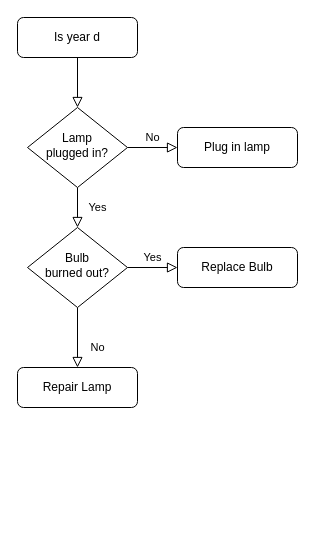
Earlier version of the draw.io diagram Untitled Diagram.drawio (ido-nevo/leap-year). Source tidied: cells renumbered, new cells numbered last; positions are measured from the earlier drawing's top-left corner, leaving out a move shared by most shapes. Both pictures are drawn from the tidied source at 100%, with x=0, y=0 at pixel (17, 17).
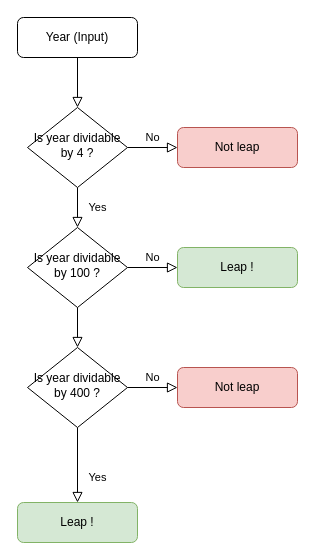
The same page after the edit.

The edit, as a diff of the source:
```diff
@@
 <mxGraphModel>
   <root>
     <mxCell id="0" />
     <mxCell id="1" parent="0" />
     <mxCell id="2" style="rounded=0;html=1;jettySize=auto;fontSize=11;endArrow=block;endFill=0;endSize=8;strokeWidth=1;shadow=0;labelBackgroundColor=none;edgeStyle=orthogonalEdgeStyle;" parent="1" edge="1" source="3" target="6">
       <mxGeometry relative="1" as="geometry" />
     </mxCell>
-    <mxCell id="3" value="Is year d" style="rounded=1;whiteSpace=wrap;html=1;fontSize=12;glass=0;strokeWidth=1;shadow=0;" parent="1" vertex="1">
+    <mxCell id="3" value="Year (Input)" style="rounded=1;whiteSpace=wrap;html=1;fontSize=12;glass=0;strokeWidth=1;shadow=0;" parent="1" vertex="1">
       <mxGeometry width="120" height="40" as="geometry" />
     </mxCell>
     <mxCell id="4" value="Yes" style="rounded=0;html=1;jettySize=auto;fontSize=11;endArrow=block;endFill=0;endSize=8;strokeWidth=1;shadow=0;labelBackgroundColor=none;edgeStyle=orthogonalEdgeStyle;" parent="1" edge="1" source="6" target="10">
       <mxGeometry y="20" relative="1" as="geometry" />
     </mxCell>
     <mxCell id="5" value="No" style="edgeStyle=orthogonalEdgeStyle;rounded=0;html=1;jettySize=auto;fontSize=11;endArrow=block;endFill=0;endSize=8;strokeWidth=1;shadow=0;labelBackgroundColor=none;" parent="1" edge="1" source="6" target="7">
       <mxGeometry y="10" relative="1" as="geometry" />
     </mxCell>
-    <mxCell id="6" value="Lamp&lt;br&gt;plugged in?" style="rhombus;whiteSpace=wrap;html=1;shadow=0;fontFamily=Helvetica;fontSize=12;align=center;strokeWidth=1;spacing=6;spacingTop=-4;" parent="1" vertex="1">
+    <mxCell id="6" value="Is year dividable by 4 ?" style="rhombus;whiteSpace=wrap;html=1;shadow=0;fontFamily=Helvetica;fontSize=12;align=center;strokeWidth=1;spacing=6;spacingTop=-4;" parent="1" vertex="1">
       <mxGeometry x="10" y="90" width="100" height="80" as="geometry" />
     </mxCell>
-    <mxCell id="7" value="Plug in lamp" style="rounded=1;whiteSpace=wrap;html=1;fontSize=12;glass=0;strokeWidth=1;shadow=0;" parent="1" vertex="1">
+    <mxCell id="7" value="Not leap" style="rounded=1;whiteSpace=wrap;html=1;fontSize=12;glass=0;strokeWidth=1;shadow=0;fillColor=#f8cecc;strokeColor=#b85450;" parent="1" vertex="1">
       <mxGeometry x="160" y="110" width="120" height="40" as="geometry" />
     </mxCell>
-    <mxCell id="8" value="No" style="rounded=0;html=1;jettySize=auto;fontSize=11;endArrow=block;endFill=0;endSize=8;strokeWidth=1;shadow=0;labelBackgroundColor=none;edgeStyle=orthogonalEdgeStyle;" parent="1" edge="1" source="10" target="11">
+    <mxCell id="8" value="Yes" style="rounded=0;html=1;jettySize=auto;fontSize=11;endArrow=block;endFill=0;endSize=8;strokeWidth=1;shadow=0;labelBackgroundColor=none;edgeStyle=orthogonalEdgeStyle;" parent="1" edge="1" source="14" target="11">
       <mxGeometry x="0.33" y="20" relative="1" as="geometry" />
     </mxCell>
-    <mxCell id="9" value="Yes" style="edgeStyle=orthogonalEdgeStyle;rounded=0;html=1;jettySize=auto;fontSize=11;endArrow=block;endFill=0;endSize=8;strokeWidth=1;shadow=0;labelBackgroundColor=none;" parent="1" edge="1" source="10" target="12">
+    <mxCell id="9" value="No" style="edgeStyle=orthogonalEdgeStyle;rounded=0;html=1;jettySize=auto;fontSize=11;endArrow=block;endFill=0;endSize=8;strokeWidth=1;shadow=0;labelBackgroundColor=none;" parent="1" edge="1" source="10" target="12">
       <mxGeometry y="10" relative="1" as="geometry" />
     </mxCell>
-    <mxCell id="10" value="Bulb&lt;br&gt;burned out?" style="rhombus;whiteSpace=wrap;html=1;shadow=0;fontFamily=Helvetica;fontSize=12;align=center;strokeWidth=1;spacing=6;spacingTop=-4;" parent="1" vertex="1">
+    <mxCell id="10" value="Is year dividable by 100 ?" style="rhombus;whiteSpace=wrap;html=1;shadow=0;fontFamily=Helvetica;fontSize=12;align=center;strokeWidth=1;spacing=6;spacingTop=-4;" parent="1" vertex="1">
       <mxGeometry x="10" y="210" width="100" height="80" as="geometry" />
     </mxCell>
-    <mxCell id="11" value="Repair Lamp" style="rounded=1;whiteSpace=wrap;html=1;fontSize=12;glass=0;strokeWidth=1;shadow=0;" parent="1" vertex="1">
-      <mxGeometry y="350" width="120" height="40" as="geometry" />
+    <mxCell id="11" value="Leap !" style="rounded=1;whiteSpace=wrap;html=1;fontSize=12;glass=0;strokeWidth=1;shadow=0;fillColor=#d5e8d4;strokeColor=#82b366;" parent="1" vertex="1">
+      <mxGeometry y="485" width="120" height="40" as="geometry" />
     </mxCell>
-    <mxCell id="12" value="Replace Bulb" style="rounded=1;whiteSpace=wrap;html=1;fontSize=12;glass=0;strokeWidth=1;shadow=0;" parent="1" vertex="1">
+    <mxCell id="12" value="Leap !" style="rounded=1;whiteSpace=wrap;html=1;fontSize=12;glass=0;strokeWidth=1;shadow=0;fillColor=#d5e8d4;strokeColor=#82b366;" parent="1" vertex="1">
       <mxGeometry x="160" y="230" width="120" height="40" as="geometry" />
     </mxCell>
+    <mxCell id="13" style="rounded=0;html=1;jettySize=auto;fontSize=11;endArrow=block;endFill=0;endSize=8;strokeWidth=1;shadow=0;labelBackgroundColor=none;edgeStyle=orthogonalEdgeStyle;" parent="1" edge="1" source="10" target="14">
+      <mxGeometry x="0.33" y="20" relative="1" as="geometry" />
+    </mxCell>
+    <mxCell id="14" value="Is year dividable by 400 ?" style="rhombus;whiteSpace=wrap;html=1;shadow=0;fontFamily=Helvetica;fontSize=12;align=center;strokeWidth=1;spacing=6;spacingTop=-4;" parent="1" vertex="1">
+      <mxGeometry x="10" y="330" width="100" height="80" as="geometry" />
+    </mxCell>
+    <mxCell id="15" value="Not leap" style="rounded=1;whiteSpace=wrap;html=1;fontSize=12;glass=0;strokeWidth=1;shadow=0;fillColor=#f8cecc;strokeColor=#b85450;" parent="1" vertex="1">
+      <mxGeometry x="160" y="350" width="120" height="40" as="geometry" />
+    </mxCell>
+    <mxCell id="16" value="No" style="edgeStyle=orthogonalEdgeStyle;rounded=0;html=1;jettySize=auto;fontSize=11;endArrow=block;endFill=0;endSize=8;strokeWidth=1;shadow=0;labelBackgroundColor=none;exitX=1;exitY=0.5;exitDx=0;exitDy=0;entryX=0;entryY=0.5;entryDx=0;entryDy=0;" parent="1" edge="1" source="14" target="15">
+      <mxGeometry y="10" relative="1" as="geometry" />
+    </mxCell>
   </root>
 </mxGraphModel>
```
